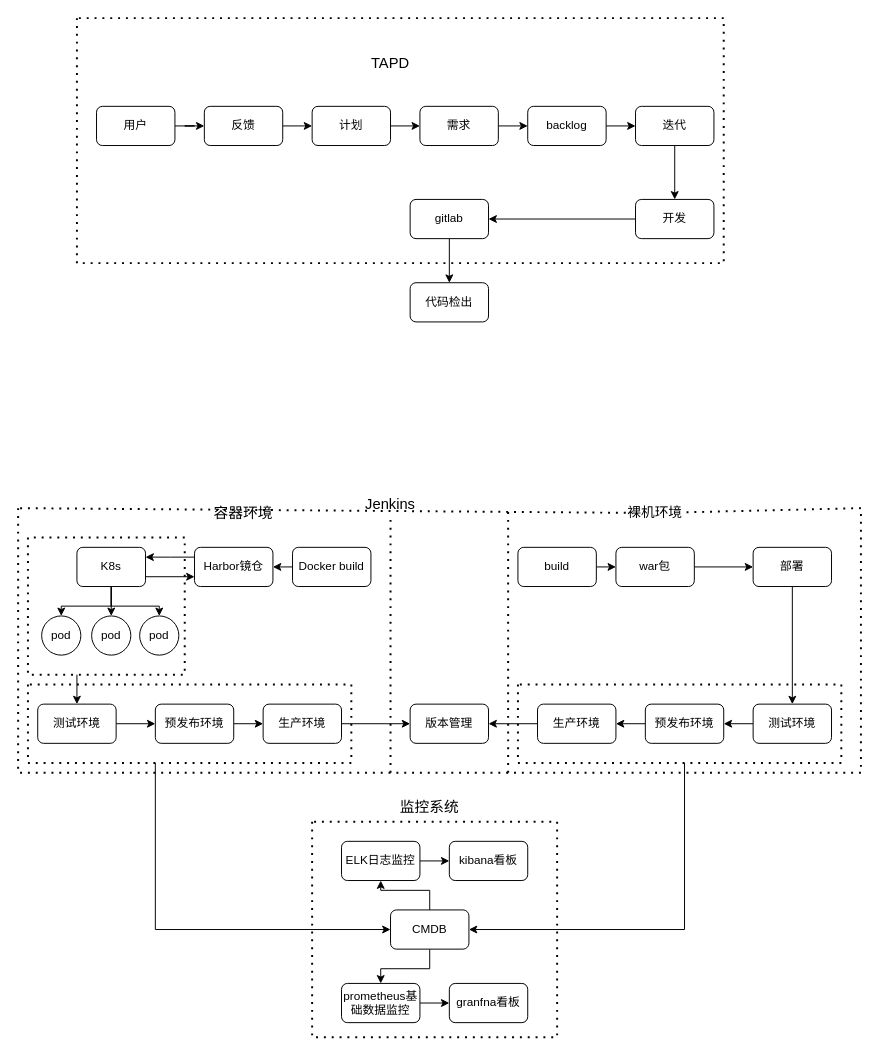
Earlier version of the draw.io diagram taodjenkins_lluoji.drawio (Henryblankwu/untitled7). Source tidied: cells renumbered, new cells numbered last; positions are measured from the earlier drawing's top-left corner, leaving out a move shared by most shapes. Both pictures are drawn from the tidied source at 98%, with x=0, y=0 at pixel (18, 18).
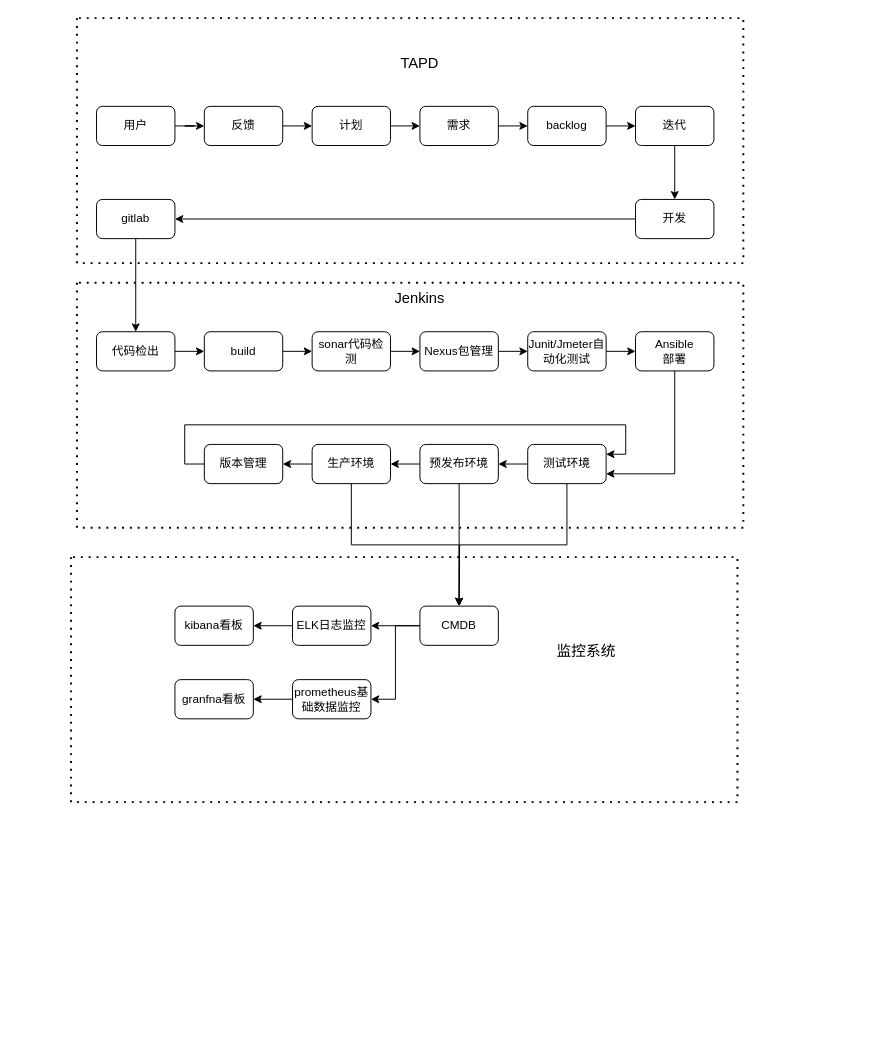
After the change.

Diff of the diagram source:
```diff
@@
     <mxCell id="17" value="gitlab" style="rounded=1;whiteSpace=wrap;html=1;" parent="1" vertex="1">
-      <mxGeometry x="400" y="185" width="80" height="40" as="geometry" />
+      <mxGeometry x="80" y="185" width="80" height="40" as="geometry" />
     </mxCell>
     <mxCell id="18" style="endArrow=none;dashed=1;html=1;dashPattern=1 3;strokeWidth=2;rounded=0;" parent="1" edge="1">
       <mxGeometry relative="1" as="geometry">
         <mxPoint x="60" as="sourcePoint" />
         <mxPoint x="60" as="targetPoint" />
         <Array as="points">
           <mxPoint x="60" y="250" />
-          <mxPoint x="720" y="250" />
-          <mxPoint x="720" />
+          <mxPoint x="740" y="250" />
+          <mxPoint x="740" />
         </Array>
       </mxGeometry>
     </mxCell>
     <mxCell id="19" value="&lt;font style=&quot;font-size: 15px&quot;&gt;TAPD&lt;/font&gt;" style="text;html=1;strokeColor=none;fillColor=none;align=center;verticalAlign=middle;whiteSpace=wrap;rounded=0;" parent="1" vertex="1">
-      <mxGeometry x="350" y="30" width="60" height="30" as="geometry" />
+      <mxGeometry x="380" y="30" width="60" height="30" as="geometry" />
     </mxCell>
+    <mxCell id="76" style="edgeStyle=orthogonalEdgeStyle;rounded=0;jettySize=auto;html=1;exitX=1;exitY=0.5;exitDx=0;exitDy=0;entryX=0;entryY=0.5;entryDx=0;entryDy=0;" parent="1" edge="1" source="20" target="51">
+      <mxGeometry relative="1" as="geometry" />
+    </mxCell>
     <mxCell id="20" value="代码检出" style="rounded=1;whiteSpace=wrap;html=1;" parent="1" vertex="1">
-      <mxGeometry x="400" y="270" width="80" height="40" as="geometry" />
+      <mxGeometry x="80" y="320" width="80" height="40" as="geometry" />
     </mxCell>
-    <mxCell id="21" style="edgeStyle=orthogonalEdgeStyle;rounded=0;jettySize=auto;html=1;exitX=0;exitY=0.5;exitDx=0;exitDy=0;entryX=1;entryY=0.5;entryDx=0;entryDy=0;fontSize=15;" parent="1" edge="1" source="22" target="75">
+    <mxCell id="21" style="edgeStyle=orthogonalEdgeStyle;rounded=0;jettySize=auto;html=1;exitX=0;exitY=0.5;exitDx=0;exitDy=0;entryX=1;entryY=0.5;entryDx=0;entryDy=0;" parent="1" edge="1" source="22" target="75">
       <mxGeometry relative="1" as="geometry" />
     </mxCell>
+    <mxCell id="77" style="edgeStyle=orthogonalEdgeStyle;rounded=0;jettySize=auto;html=1;exitX=0.5;exitY=1;exitDx=0;exitDy=0;entryX=0.5;entryY=0;entryDx=0;entryDy=0;" parent="1" edge="1" source="22" target="36">
+      <mxGeometry relative="1" as="geometry" />
+    </mxCell>
     <mxCell id="22" value="生产环境" style="rounded=1;whiteSpace=wrap;html=1;" parent="1" vertex="1">
-      <mxGeometry x="530" y="700" width="80" height="40" as="geometry" />
+      <mxGeometry x="300" y="435" width="80" height="40" as="geometry" />
     </mxCell>
-    <mxCell id="23" style="edgeStyle=orthogonalEdgeStyle;rounded=0;jettySize=auto;html=1;exitX=0;exitY=0.5;exitDx=0;exitDy=0;entryX=1;entryY=0.5;entryDx=0;entryDy=0;fontSize=15;" parent="1" edge="1" source="24" target="22">
+    <mxCell id="23" style="edgeStyle=orthogonalEdgeStyle;rounded=0;jettySize=auto;html=1;exitX=0;exitY=0.5;exitDx=0;exitDy=0;entryX=1;entryY=0.5;entryDx=0;entryDy=0;" parent="1" edge="1" source="24" target="22">
       <mxGeometry relative="1" as="geometry" />
     </mxCell>
+    <mxCell id="78" style="edgeStyle=orthogonalEdgeStyle;rounded=0;jettySize=auto;html=1;exitX=0.5;exitY=1;exitDx=0;exitDy=0;" parent="1" edge="1" source="24">
+      <mxGeometry relative="1" as="geometry">
+        <mxPoint x="450" y="600" as="targetPoint" />
+      </mxGeometry>
+    </mxCell>
     <mxCell id="24" value="预发布环境" style="rounded=1;whiteSpace=wrap;html=1;" parent="1" vertex="1">
-      <mxGeometry x="640" y="700" width="80" height="40" as="geometry" />
+      <mxGeometry x="410" y="435" width="80" height="40" as="geometry" />
     </mxCell>
-    <mxCell id="25" style="edgeStyle=orthogonalEdgeStyle;rounded=0;jettySize=auto;html=1;exitX=0;exitY=0.5;exitDx=0;exitDy=0;entryX=1;entryY=0.5;entryDx=0;entryDy=0;fontSize=15;" parent="1" edge="1" source="26" target="24">
+    <mxCell id="25" style="edgeStyle=orthogonalEdgeStyle;rounded=0;jettySize=auto;html=1;exitX=0;exitY=0.5;exitDx=0;exitDy=0;entryX=1;entryY=0.5;entryDx=0;entryDy=0;" parent="1" edge="1" source="26" target="24">
       <mxGeometry relative="1" as="geometry" />
     </mxCell>
+    <mxCell id="79" style="edgeStyle=orthogonalEdgeStyle;rounded=0;jettySize=auto;html=1;exitX=0.5;exitY=1;exitDx=0;exitDy=0;" parent="1" edge="1" source="26">
+      <mxGeometry relative="1" as="geometry">
+        <mxPoint x="450" y="600" as="targetPoint" />
+      </mxGeometry>
+    </mxCell>
     <mxCell id="26" value="&lt;span&gt;测试环境&lt;/span&gt;" style="rounded=1;whiteSpace=wrap;html=1;" parent="1" vertex="1">
-      <mxGeometry x="750" y="700" width="80" height="40" as="geometry" />
+      <mxGeometry x="520" y="435" width="80" height="40" as="geometry" />
     </mxCell>
-    <mxCell id="27" style="endArrow=none;dashed=1;html=1;dashPattern=1 3;strokeWidth=2;rounded=0;startArrow=none;" parent="1" edge="1" source="67">
-      <mxGeometry relative="1" as="geometry">
-        <mxPoint y="500" as="targetPoint" />
-      </mxGeometry>
-    </mxCell>
-    <mxCell id="28" style="edgeStyle=orthogonalEdgeStyle;rounded=0;jettySize=auto;html=1;exitX=1;exitY=0.5;exitDx=0;exitDy=0;entryX=0;entryY=0.5;entryDx=0;entryDy=0;" parent="1" edge="1" source="29" target="33">
+    <mxCell id="28" style="edgeStyle=orthogonalEdgeStyle;rounded=0;jettySize=auto;html=1;exitX=0;exitY=0.5;exitDx=0;exitDy=0;entryX=1;entryY=0.5;entryDx=0;entryDy=0;" parent="1" edge="1" source="29" target="33">
       <mxGeometry relative="1" as="geometry" />
     </mxCell>
     <mxCell id="29" value="ELK日志监控" style="rounded=1;whiteSpace=wrap;html=1;" parent="1" vertex="1">
-      <mxGeometry x="330" y="840" width="80" height="40" as="geometry" />
+      <mxGeometry x="280" y="600" width="80" height="40" as="geometry" />
     </mxCell>
-    <mxCell id="30" style="edgeStyle=orthogonalEdgeStyle;rounded=0;jettySize=auto;html=1;exitX=1;exitY=0.5;exitDx=0;exitDy=0;entryX=0;entryY=0.5;entryDx=0;entryDy=0;" parent="1" edge="1" source="31" target="32">
+    <mxCell id="30" style="edgeStyle=orthogonalEdgeStyle;rounded=0;jettySize=auto;html=1;exitX=0;exitY=0.5;exitDx=0;exitDy=0;entryX=1;entryY=0.5;entryDx=0;entryDy=0;" parent="1" edge="1" source="31" target="32">
       <mxGeometry relative="1" as="geometry" />
     </mxCell>
     <mxCell id="31" value="prometheus基础数据监控" style="rounded=1;whiteSpace=wrap;html=1;" parent="1" vertex="1">
-      <mxGeometry x="330" y="985" width="80" height="40" as="geometry" />
+      <mxGeometry x="280" y="675" width="80" height="40" as="geometry" />
     </mxCell>
     <mxCell id="32" value="granfna看板" style="rounded=1;whiteSpace=wrap;html=1;" parent="1" vertex="1">
-      <mxGeometry x="440" y="985" width="80" height="40" as="geometry" />
+      <mxGeometry x="160" y="675" width="80" height="40" as="geometry" />
     </mxCell>
     <mxCell id="33" value="kibana看板" style="rounded=1;whiteSpace=wrap;html=1;" parent="1" vertex="1">
-      <mxGeometry x="440" y="840" width="80" height="40" as="geometry" />
+      <mxGeometry x="160" y="600" width="80" height="40" as="geometry" />
     </mxCell>
+    <mxCell id="35" style="edgeStyle=orthogonalEdgeStyle;rounded=0;jettySize=auto;html=1;exitX=0;exitY=0.5;exitDx=0;exitDy=0;entryX=1;entryY=0.5;entryDx=0;entryDy=0;" parent="1" edge="1" source="36" target="29">
+      <mxGeometry relative="1" as="geometry" />
+    </mxCell>
-    <mxCell id="34" style="edgeStyle=orthogonalEdgeStyle;rounded=0;jettySize=auto;html=1;exitX=0.5;exitY=1;exitDx=0;exitDy=0;entryX=0.5;entryY=0;entryDx=0;entryDy=0;" parent="1" edge="1" source="36" target="31">
+    <mxCell id="34" style="edgeStyle=orthogonalEdgeStyle;rounded=0;jettySize=auto;html=1;exitX=0;exitY=0.5;exitDx=0;exitDy=0;entryX=1;entryY=0.5;entryDx=0;entryDy=0;" parent="1" edge="1" source="36" target="31">
       <mxGeometry relative="1" as="geometry" />
     </mxCell>
-    <mxCell id="35" style="edgeStyle=orthogonalEdgeStyle;rounded=0;jettySize=auto;html=1;exitX=0.5;exitY=0;exitDx=0;exitDy=0;entryX=0.5;entryY=1;entryDx=0;entryDy=0;" parent="1" edge="1" source="36" target="29">
-      <mxGeometry relative="1" as="geometry" />
-    </mxCell>
     <mxCell id="36" value="CMDB" style="rounded=1;whiteSpace=wrap;html=1;" parent="1" vertex="1">
-      <mxGeometry x="380" y="910" width="80" height="40" as="geometry" />
+      <mxGeometry x="410" y="600" width="80" height="40" as="geometry" />
     </mxCell>
-    <mxCell id="37" style="endArrow=none;dashed=1;html=1;dashPattern=1 3;strokeWidth=2;rounded=0;" parent="1" edge="1">
-      <mxGeometry relative="1" as="geometry">
-        <mxPoint x="300" y="820" as="sourcePoint" />
-        <mxPoint x="300" y="820" as="targetPoint" />
-        <Array as="points">
-          <mxPoint x="300" y="1040" />
-          <mxPoint x="550" y="1040" />
-          <mxPoint x="550" y="820" />
-        </Array>
-      </mxGeometry>
-    </mxCell>
-    <mxCell id="38" style="edgeStyle=orthogonalEdgeStyle;rounded=0;jettySize=auto;html=1;exitX=0;exitY=0.5;exitDx=0;exitDy=0;entryX=1;entryY=0.5;entryDx=0;entryDy=0;" parent="1" edge="1" source="39" target="41">
-      <mxGeometry relative="1" as="geometry" />
-    </mxCell>
-    <mxCell id="39" value="Docker build" style="rounded=1;whiteSpace=wrap;html=1;" parent="1" vertex="1">
-      <mxGeometry x="280" y="540" width="80" height="40" as="geometry" />
-    </mxCell>
-    <mxCell id="40" style="edgeStyle=orthogonalEdgeStyle;rounded=0;jettySize=auto;html=1;exitX=0;exitY=0.25;exitDx=0;exitDy=0;" parent="1" edge="1" source="41">
-      <mxGeometry relative="1" as="geometry">
-        <mxPoint x="130" y="550" as="targetPoint" />
-      </mxGeometry>
-    </mxCell>
-    <mxCell id="41" value="Harbor镜仓" style="rounded=1;whiteSpace=wrap;html=1;" parent="1" vertex="1">
-      <mxGeometry x="180" y="540" width="80" height="40" as="geometry" />
-    </mxCell>
-    <mxCell id="42" style="edgeStyle=orthogonalEdgeStyle;rounded=0;jettySize=auto;html=1;exitX=1;exitY=0.75;exitDx=0;exitDy=0;entryX=0;entryY=0.75;entryDx=0;entryDy=0;" parent="1" edge="1" source="46" target="41">
-      <mxGeometry relative="1" as="geometry" />
-    </mxCell>
-    <mxCell id="43" style="edgeStyle=orthogonalEdgeStyle;rounded=0;jettySize=auto;html=1;exitX=0.5;exitY=1;exitDx=0;exitDy=0;entryX=0.5;entryY=0;entryDx=0;entryDy=0;" parent="1" edge="1" source="46" target="47">
-      <mxGeometry relative="1" as="geometry" />
-    </mxCell>
-    <mxCell id="44" style="edgeStyle=orthogonalEdgeStyle;rounded=0;jettySize=auto;html=1;exitX=0.5;exitY=1;exitDx=0;exitDy=0;entryX=0.5;entryY=0;entryDx=0;entryDy=0;" parent="1" edge="1" source="46" target="48">
-      <mxGeometry relative="1" as="geometry" />
-    </mxCell>
-    <mxCell id="45" style="edgeStyle=orthogonalEdgeStyle;rounded=0;jettySize=auto;html=1;exitX=0.5;exitY=1;exitDx=0;exitDy=0;entryX=0.5;entryY=0;entryDx=0;entryDy=0;" parent="1" edge="1" source="46" target="49">
-      <mxGeometry relative="1" as="geometry" />
-    </mxCell>
-    <mxCell id="46" value="K8s" style="rounded=1;whiteSpace=wrap;html=1;" parent="1" vertex="1">
-      <mxGeometry x="60" y="540" width="70" height="40" as="geometry" />
-    </mxCell>
-    <mxCell id="47" value="pod" style="ellipse;whiteSpace=wrap;html=1;" parent="1" vertex="1">
-      <mxGeometry x="75" y="610" width="40" height="40" as="geometry" />
-    </mxCell>
-    <mxCell id="48" value="pod" style="ellipse;whiteSpace=wrap;html=1;" parent="1" vertex="1">
-      <mxGeometry x="24" y="610" width="40" height="40" as="geometry" />
-    </mxCell>
-    <mxCell id="49" value="pod" style="ellipse;whiteSpace=wrap;html=1;" parent="1" vertex="1">
-      <mxGeometry x="124" y="610" width="40" height="40" as="geometry" />
-    </mxCell>
-    <mxCell id="50" style="edgeStyle=orthogonalEdgeStyle;rounded=0;jettySize=auto;html=1;exitX=1;exitY=0.5;exitDx=0;exitDy=0;entryX=0;entryY=0.5;entryDx=0;entryDy=0;" parent="1" edge="1" source="51" target="53">
-      <mxGeometry relative="1" as="geometry" />
-    </mxCell>
+    <mxCell id="80" style="edgeStyle=orthogonalEdgeStyle;rounded=0;jettySize=auto;html=1;exitX=1;exitY=0.5;exitDx=0;exitDy=0;entryX=0;entryY=0.5;entryDx=0;entryDy=0;" parent="1" edge="1" source="51" target="83">
+      <mxGeometry relative="1" as="geometry" />
+    </mxCell>
     <mxCell id="51" value="build" style="rounded=1;whiteSpace=wrap;html=1;" parent="1" vertex="1">
-      <mxGeometry x="510" y="540" width="80" height="40" as="geometry" />
+      <mxGeometry x="190" y="320" width="80" height="40" as="geometry" />
     </mxCell>
-    <mxCell id="52" style="edgeStyle=orthogonalEdgeStyle;rounded=0;jettySize=auto;html=1;exitX=1;exitY=0.5;exitDx=0;exitDy=0;entryX=0;entryY=0.5;entryDx=0;entryDy=0;" parent="1" edge="1" source="53" target="55">
-      <mxGeometry relative="1" as="geometry" />
-    </mxCell>
+    <mxCell id="81" style="edgeStyle=orthogonalEdgeStyle;rounded=0;jettySize=auto;html=1;exitX=1;exitY=0.5;exitDx=0;exitDy=0;entryX=0;entryY=0.5;entryDx=0;entryDy=0;" parent="1" edge="1" source="53" target="85">
+      <mxGeometry relative="1" as="geometry" />
+    </mxCell>
-    <mxCell id="53" value="war包" style="rounded=1;whiteSpace=wrap;html=1;" parent="1" vertex="1">
-      <mxGeometry x="610" y="540" width="80" height="40" as="geometry" />
+    <mxCell id="53" value="Nexus包管理" style="rounded=1;whiteSpace=wrap;html=1;" parent="1" vertex="1">
+      <mxGeometry x="410" y="320" width="80" height="40" as="geometry" />
     </mxCell>
-    <mxCell id="54" style="edgeStyle=orthogonalEdgeStyle;rounded=0;jettySize=auto;html=1;exitX=0.5;exitY=1;exitDx=0;exitDy=0;fontSize=15;" parent="1" edge="1" source="55" target="26">
-      <mxGeometry relative="1" as="geometry" />
-    </mxCell>
-    <mxCell id="55" value="部署" style="rounded=1;whiteSpace=wrap;html=1;" parent="1" vertex="1">
-      <mxGeometry x="750" y="540" width="80" height="40" as="geometry" />
-    </mxCell>
     <mxCell id="56" value="&lt;font style=&quot;font-size: 15px&quot;&gt;Jenkins&lt;/font&gt;" style="text;html=1;strokeColor=none;fillColor=none;align=center;verticalAlign=middle;whiteSpace=wrap;rounded=0;" parent="1" vertex="1">
-      <mxGeometry x="350" y="480" width="60" height="30" as="geometry" />
+      <mxGeometry x="380" y="270" width="60" height="30" as="geometry" />
     </mxCell>
-    <mxCell id="57" style="edgeStyle=orthogonalEdgeStyle;rounded=0;jettySize=auto;html=1;exitX=1;exitY=0.5;exitDx=0;exitDy=0;entryX=0;entryY=0.5;entryDx=0;entryDy=0;fontSize=15;" parent="1" edge="1" source="58" target="60">
-      <mxGeometry relative="1" as="geometry" />
-    </mxCell>
-    <mxCell id="58" value="测试环境" style="rounded=1;whiteSpace=wrap;html=1;" parent="1" vertex="1">
-      <mxGeometry x="20" y="700" width="80" height="40" as="geometry" />
-    </mxCell>
-    <mxCell id="59" style="edgeStyle=orthogonalEdgeStyle;rounded=0;jettySize=auto;html=1;exitX=1;exitY=0.5;exitDx=0;exitDy=0;entryX=0;entryY=0.5;entryDx=0;entryDy=0;fontSize=15;" parent="1" edge="1" source="60" target="62">
-      <mxGeometry relative="1" as="geometry" />
-    </mxCell>
-    <mxCell id="60" value="预发布环境" style="rounded=1;whiteSpace=wrap;html=1;" parent="1" vertex="1">
-      <mxGeometry x="140" y="700" width="80" height="40" as="geometry" />
-    </mxCell>
-    <mxCell id="61" style="edgeStyle=orthogonalEdgeStyle;rounded=0;jettySize=auto;html=1;exitX=1;exitY=0.5;exitDx=0;exitDy=0;fontSize=15;" parent="1" edge="1" source="62" target="75">
-      <mxGeometry relative="1" as="geometry" />
-    </mxCell>
-    <mxCell id="62" value="生产环境" style="rounded=1;whiteSpace=wrap;html=1;" parent="1" vertex="1">
-      <mxGeometry x="250" y="700" width="80" height="40" as="geometry" />
-    </mxCell>
-    <mxCell id="63" style="endArrow=none;dashed=1;html=1;dashPattern=1 3;strokeWidth=2;rounded=0;" parent="1" edge="1">
-      <mxGeometry relative="1" as="geometry">
-        <mxPoint x="10" y="530" as="sourcePoint" />
-        <mxPoint x="10" y="530" as="targetPoint" />
-        <Array as="points">
-          <mxPoint x="10" y="670" />
-          <mxPoint x="170" y="670" />
-          <mxPoint x="170" y="530" />
-        </Array>
-      </mxGeometry>
-    </mxCell>
-    <mxCell id="64" style="endArrow=none;dashed=1;html=1;dashPattern=1 3;strokeWidth=2;rounded=0;" parent="1" edge="1" target="56">
-      <mxGeometry relative="1" as="geometry">
-        <mxPoint x="380" y="770" as="sourcePoint" />
-        <Array as="points">
-          <mxPoint x="380" y="710" />
-        </Array>
-      </mxGeometry>
-    </mxCell>
-    <mxCell id="65" style="endArrow=none;dashed=1;html=1;dashPattern=1 3;strokeWidth=2;rounded=0;" parent="1" edge="1">
-      <mxGeometry relative="1" as="geometry">
-        <mxPoint x="500" y="770" as="sourcePoint" />
-        <mxPoint x="500" y="500" as="targetPoint" />
-      </mxGeometry>
-    </mxCell>
-    <mxCell id="66" value="&lt;font style=&quot;font-size: 15px&quot;&gt;容器环境&lt;/font&gt;" style="text;html=1;strokeColor=none;fillColor=none;align=center;verticalAlign=middle;whiteSpace=wrap;rounded=0;" parent="1" vertex="1">
-      <mxGeometry x="180" y="480" width="100" height="50" as="geometry" />
-    </mxCell>
-    <mxCell id="67" value="&lt;font style=&quot;font-size: 14px&quot;&gt;裸机环境&lt;/font&gt;" style="text;html=1;strokeColor=none;fillColor=none;align=center;verticalAlign=middle;whiteSpace=wrap;rounded=0;" parent="1" vertex="1">
-      <mxGeometry x="620" y="490" width="60" height="30" as="geometry" />
-    </mxCell>
-    <mxCell id="68" style="endArrow=none;dashed=1;html=1;dashPattern=1 3;strokeWidth=2;rounded=0;" parent="1" edge="1" target="67">
-      <mxGeometry relative="1" as="geometry">
-        <mxPoint y="500" as="sourcePoint" />
-        <Array as="points">
-          <mxPoint y="770" />
-          <mxPoint x="860" y="770" />
-          <mxPoint x="860" y="500" />
-        </Array>
-      </mxGeometry>
-    </mxCell>
-    <mxCell id="69" style="endArrow=none;dashed=1;html=1;dashPattern=1 3;strokeWidth=2;rounded=0;" parent="1" edge="1">
-      <mxGeometry relative="1" as="geometry">
-        <mxPoint x="510" y="680" as="sourcePoint" />
-        <mxPoint x="510" y="680" as="targetPoint" />
-        <Array as="points">
-          <mxPoint x="510" y="760" />
-          <mxPoint x="840" y="760" />
-          <mxPoint x="840" y="680" />
-        </Array>
-      </mxGeometry>
-    </mxCell>
-    <mxCell id="70" style="endArrow=classic;html=1;rounded=0;fontSize=15;entryX=0;entryY=0.5;entryDx=0;entryDy=0;" parent="1" edge="1" target="36">
-      <mxGeometry relative="1" as="geometry">
-        <mxPoint x="140" y="760" as="sourcePoint" />
-        <Array as="points">
-          <mxPoint x="140" y="930" />
-        </Array>
-      </mxGeometry>
-    </mxCell>
-    <mxCell id="71" style="endArrow=classic;html=1;rounded=0;fontSize=15;entryX=1;entryY=0.5;entryDx=0;entryDy=0;" parent="1" edge="1" target="36">
-      <mxGeometry relative="1" as="geometry">
-        <mxPoint x="680" y="760" as="sourcePoint" />
-        <Array as="points">
-          <mxPoint x="680" y="930" />
-        </Array>
-      </mxGeometry>
-    </mxCell>
     <mxCell id="72" value="监控系统" style="text;html=1;strokeColor=none;fillColor=none;align=center;verticalAlign=middle;whiteSpace=wrap;rounded=0;fontSize=15;" parent="1" vertex="1">
-      <mxGeometry x="380" y="790" width="80" height="30" as="geometry" />
+      <mxGeometry x="540" y="630" width="80" height="30" as="geometry" />
     </mxCell>
-    <mxCell id="73" style="endArrow=classic;html=1;rounded=0;fontSize=15;entryX=0.5;entryY=0;entryDx=0;entryDy=0;" parent="1" edge="1" target="58">
-      <mxGeometry relative="1" as="geometry">
-        <mxPoint x="60" y="670" as="sourcePoint" />
-      </mxGeometry>
-    </mxCell>
-    <mxCell id="74" style="endArrow=none;dashed=1;html=1;dashPattern=1 3;strokeWidth=2;rounded=0;" parent="1" edge="1">
-      <mxGeometry relative="1" as="geometry">
-        <mxPoint x="10" y="680" as="sourcePoint" />
-        <mxPoint x="10" y="680" as="targetPoint" />
-        <Array as="points">
-          <mxPoint x="10" y="760" />
-          <mxPoint x="340" y="760" />
-          <mxPoint x="340" y="680" />
-        </Array>
-      </mxGeometry>
-    </mxCell>
+    <mxCell id="82" style="edgeStyle=orthogonalEdgeStyle;rounded=0;jettySize=auto;html=1;exitX=1;exitY=0.5;exitDx=0;exitDy=0;entryX=0;entryY=0.5;entryDx=0;entryDy=0;" parent="1" edge="1" source="83" target="53">
+      <mxGeometry relative="1" as="geometry" />
+    </mxCell>
+    <mxCell id="83" value="sonar代码检测" style="rounded=1;whiteSpace=wrap;html=1;" parent="1" vertex="1">
+      <mxGeometry x="300" y="320" width="80" height="40" as="geometry" />
+    </mxCell>
+    <mxCell id="84" style="edgeStyle=orthogonalEdgeStyle;rounded=0;jettySize=auto;html=1;exitX=1;exitY=0.5;exitDx=0;exitDy=0;entryX=0;entryY=0.5;entryDx=0;entryDy=0;" parent="1" edge="1" source="85">
+      <mxGeometry relative="1" as="geometry">
+        <mxPoint x="630" y="340" as="targetPoint" />
+      </mxGeometry>
+    </mxCell>
+    <mxCell id="85" value="Junit/Jmeter自动化测试" style="rounded=1;whiteSpace=wrap;html=1;" parent="1" vertex="1">
+      <mxGeometry x="520" y="320" width="80" height="40" as="geometry" />
+    </mxCell>
+    <mxCell id="86" style="edgeStyle=orthogonalEdgeStyle;rounded=0;jettySize=auto;html=1;exitX=0;exitY=0.5;exitDx=0;exitDy=0;entryX=1;entryY=0.25;entryDx=0;entryDy=0;" parent="1" edge="1" source="75" target="26">
+      <mxGeometry relative="1" as="geometry">
+        <Array as="points">
+          <mxPoint x="170" y="455" />
+          <mxPoint x="170" y="415" />
+          <mxPoint x="620" y="415" />
+          <mxPoint x="620" y="445" />
+        </Array>
+      </mxGeometry>
+    </mxCell>
     <mxCell id="75" value="版本管理" style="rounded=1;whiteSpace=wrap;html=1;" parent="1" vertex="1">
-      <mxGeometry x="400" y="700" width="80" height="40" as="geometry" />
+      <mxGeometry x="190" y="435" width="80" height="40" as="geometry" />
     </mxCell>
+    <mxCell id="87" style="edgeStyle=orthogonalEdgeStyle;rounded=0;jettySize=auto;html=1;exitX=0.5;exitY=1;exitDx=0;exitDy=0;entryX=1;entryY=0.75;entryDx=0;entryDy=0;" parent="1" edge="1" source="88" target="26">
+      <mxGeometry relative="1" as="geometry" />
+    </mxCell>
+    <mxCell id="88" value="Ansible&lt;br&gt;部署" style="rounded=1;whiteSpace=wrap;html=1;" parent="1" vertex="1">
+      <mxGeometry x="630" y="320" width="80" height="40" as="geometry" />
+    </mxCell>
+    <mxCell id="89" style="endArrow=none;dashed=1;html=1;dashPattern=1 3;strokeWidth=2;rounded=0;" parent="1" edge="1">
+      <mxGeometry relative="1" as="geometry">
+        <mxPoint x="60" y="270" as="sourcePoint" />
+        <mxPoint x="60" y="270" as="targetPoint" />
+        <Array as="points">
+          <mxPoint x="60" y="520" />
+          <mxPoint x="740" y="520" />
+          <mxPoint x="740" y="270" />
+        </Array>
+      </mxGeometry>
+    </mxCell>
+    <mxCell id="90" style="endArrow=none;dashed=1;html=1;dashPattern=1 3;strokeWidth=2;rounded=0;" parent="1" edge="1">
+      <mxGeometry relative="1" as="geometry">
+        <mxPoint x="54" y="550" as="sourcePoint" />
+        <mxPoint x="54" y="550" as="targetPoint" />
+        <Array as="points">
+          <mxPoint x="54" y="800" />
+          <mxPoint x="734" y="800" />
+          <mxPoint x="734" y="550" />
+        </Array>
+      </mxGeometry>
+    </mxCell>
```
